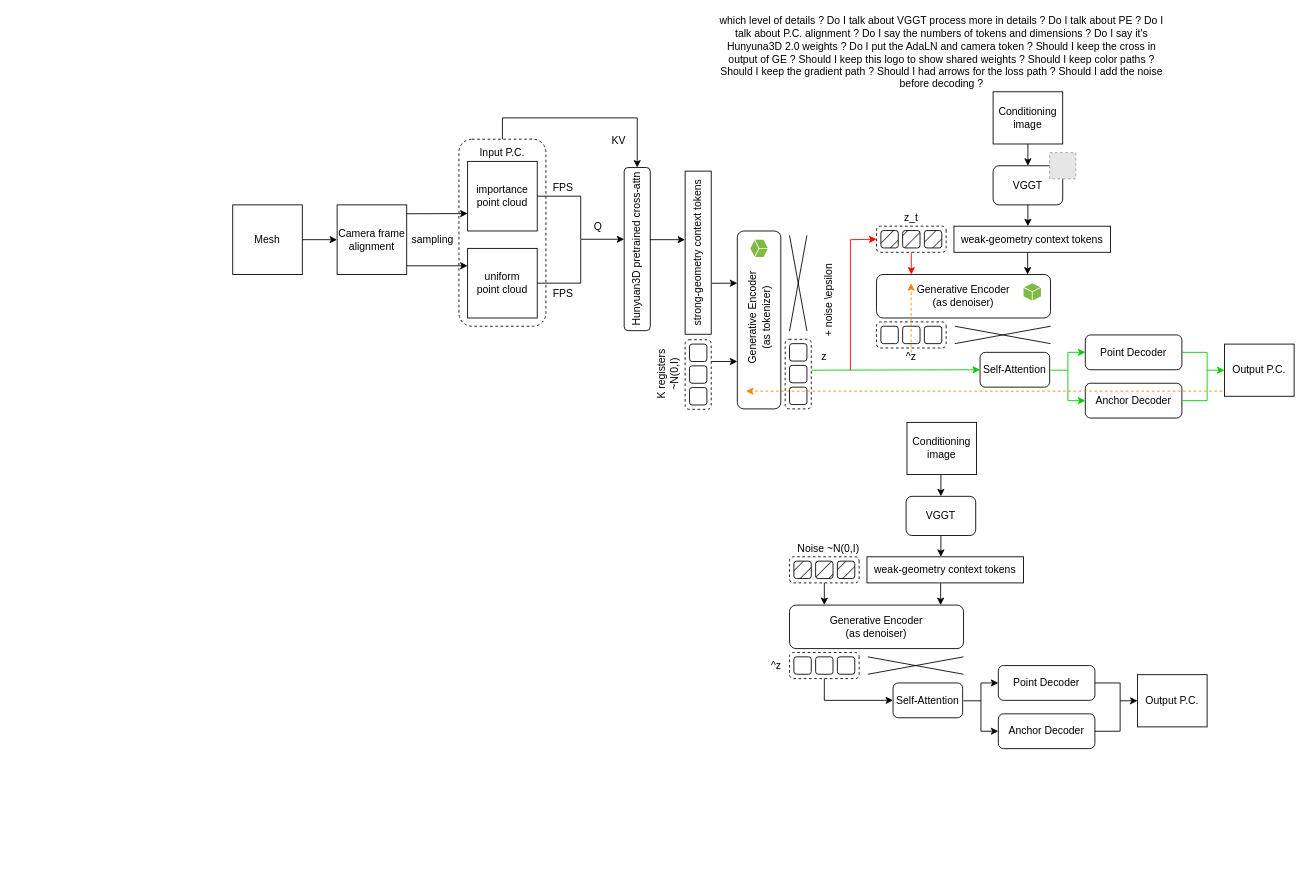
NathanRouille/HY3DGS keeps this draw.io diagram as teaser.drawio. Above is the earlier version. Source tidied: cells renumbered, new cells numbered last; positions are measured from the earlier drawing's top-left corner, leaving out a move shared by most shapes. Both pictures are drawn from the tidied source at 87%, with x=0, y=0 at pixel (232, 39). Pictures stored in the file or linked from it are replaced by grey dashed boxes.
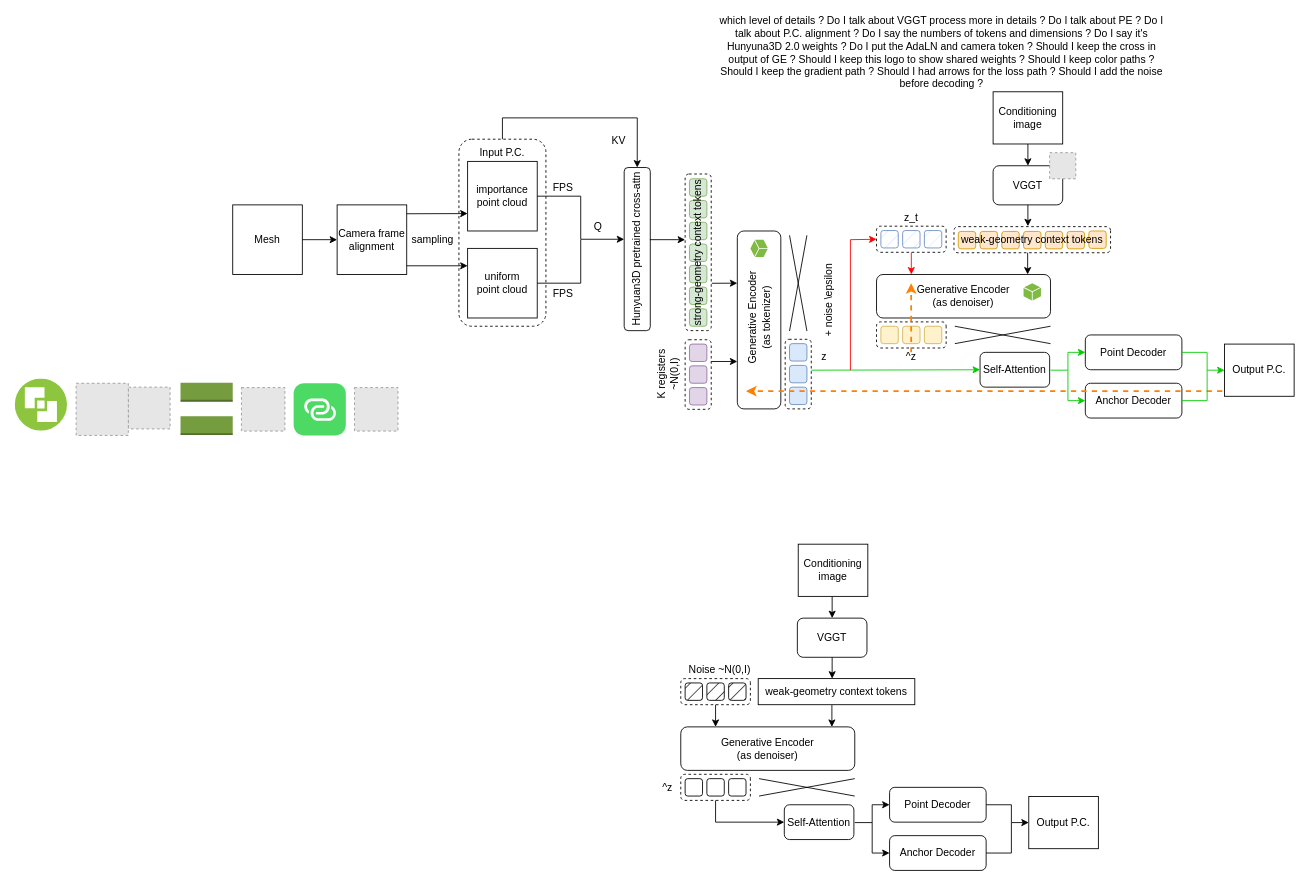
The same page after the edit.

Commit message (it also covers changes not shown here):
Mettre à jour teaser.drawio

Unchanged cells that the change refers to:
```xml
<mxCell id="64" value="Output P.C." style="rounded=0;whiteSpace=wrap;html=1;" parent="1" vertex="1">
  <mxGeometry x="1140" y="350" width="80" height="60" as="geometry" />
</mxCell>
```

Diff of the diagram source:
```diff
@@
+    <mxCell id="109" style="rounded=1;whiteSpace=wrap;html=1;dashed=1;rotation=90;" parent="1" vertex="1">
+      <mxGeometry x="904" y="140" width="30" height="180" as="geometry" />
+    </mxCell>
+    <mxCell id="110" style="rounded=1;whiteSpace=wrap;html=1;dashed=1;" parent="1" vertex="1">
+      <mxGeometry x="520" y="154.5" width="30" height="180" as="geometry" />
+    </mxCell>
+    <mxCell id="111" style="rounded=1;whiteSpace=wrap;html=1;fillStyle=auto;fillColor=#ffe6cc;strokeColor=#d79b00;" parent="1" vertex="1">
+      <mxGeometry x="834" y="220.5" width="20" height="20" as="geometry" />
+    </mxCell>
+    <mxCell id="112" style="rounded=1;whiteSpace=wrap;html=1;fillStyle=auto;fillColor=#ffe6cc;strokeColor=#d79b00;" parent="1" vertex="1">
+      <mxGeometry x="859" y="220.5" width="20" height="20" as="geometry" />
+    </mxCell>
+    <mxCell id="113" style="rounded=1;whiteSpace=wrap;html=1;fillStyle=auto;fillColor=#ffe6cc;strokeColor=#d79b00;" parent="1" vertex="1">
+      <mxGeometry x="884" y="220.5" width="20" height="20" as="geometry" />
+    </mxCell>
+    <mxCell id="114" style="rounded=1;whiteSpace=wrap;html=1;fillStyle=auto;fillColor=#ffe6cc;strokeColor=#d79b00;" parent="1" vertex="1">
+      <mxGeometry x="909" y="220.5" width="20" height="20" as="geometry" />
+    </mxCell>
+    <mxCell id="115" style="rounded=1;whiteSpace=wrap;html=1;fillStyle=auto;fillColor=#ffe6cc;strokeColor=#d79b00;" parent="1" vertex="1">
+      <mxGeometry x="934" y="220.5" width="20" height="20" as="geometry" />
+    </mxCell>
+    <mxCell id="116" style="rounded=1;whiteSpace=wrap;html=1;fillStyle=auto;fillColor=#ffe6cc;strokeColor=#d79b00;" parent="1" vertex="1">
+      <mxGeometry x="959" y="220.5" width="20" height="20" as="geometry" />
+    </mxCell>
+    <mxCell id="117" style="rounded=1;whiteSpace=wrap;html=1;fillStyle=auto;fillColor=#ffe6cc;strokeColor=#d79b00;" parent="1" vertex="1">
+      <mxGeometry x="984" y="220" width="20" height="20" as="geometry" />
+    </mxCell>
+    <mxCell id="118" style="rounded=1;whiteSpace=wrap;html=1;fillColor=#d5e8d4;strokeColor=#82b366;" parent="1" vertex="1">
+      <mxGeometry x="525" y="259.5" width="20" height="20" as="geometry" />
+    </mxCell>
+    <mxCell id="119" style="rounded=1;whiteSpace=wrap;html=1;fillColor=#d5e8d4;strokeColor=#82b366;" parent="1" vertex="1">
+      <mxGeometry x="525" y="284.5" width="20" height="20" as="geometry" />
+    </mxCell>
+    <mxCell id="120" style="rounded=1;whiteSpace=wrap;html=1;fillColor=#d5e8d4;strokeColor=#82b366;" parent="1" vertex="1">
+      <mxGeometry x="525" y="309.5" width="20" height="20" as="geometry" />
+    </mxCell>
+    <mxCell id="121" style="rounded=1;whiteSpace=wrap;html=1;fillColor=#d5e8d4;strokeColor=#82b366;" parent="1" vertex="1">
+      <mxGeometry x="525" y="185" width="20" height="20" as="geometry" />
+    </mxCell>
+    <mxCell id="122" style="rounded=1;whiteSpace=wrap;html=1;fillColor=#d5e8d4;strokeColor=#82b366;" parent="1" vertex="1">
+      <mxGeometry x="525" y="210" width="20" height="20" as="geometry" />
+    </mxCell>
+    <mxCell id="123" style="rounded=1;whiteSpace=wrap;html=1;fillColor=#d5e8d4;strokeColor=#82b366;" parent="1" vertex="1">
+      <mxGeometry x="525" y="235" width="20" height="20" as="geometry" />
+    </mxCell>
+    <mxCell id="124" style="rounded=1;whiteSpace=wrap;html=1;fillColor=#d5e8d4;strokeColor=#82b366;" parent="1" vertex="1">
+      <mxGeometry x="525" y="160" width="20" height="20" as="geometry" />
+    </mxCell>
@@
-    <mxCell id="18" style="rounded=0;whiteSpace=wrap;html=1;" parent="1" vertex="1">
-      <mxGeometry x="520" y="151.2" width="30" height="187.5" as="geometry" />
-    </mxCell>
@@
-    <mxCell id="30" style="rounded=1;whiteSpace=wrap;html=1;" parent="1" vertex="1">
+    <mxCell id="30" style="rounded=1;whiteSpace=wrap;html=1;fillColor=#e1d5e7;strokeColor=#9673a6;" parent="1" vertex="1">
       <mxGeometry x="525" y="350" width="20" height="20" as="geometry" />
     </mxCell>
-    <mxCell id="31" style="rounded=1;whiteSpace=wrap;html=1;" parent="1" vertex="1">
+    <mxCell id="31" style="rounded=1;whiteSpace=wrap;html=1;fillColor=#e1d5e7;strokeColor=#9673a6;" parent="1" vertex="1">
       <mxGeometry x="525" y="375" width="20" height="20" as="geometry" />
     </mxCell>
-    <mxCell id="32" style="rounded=1;whiteSpace=wrap;html=1;" parent="1" vertex="1">
+    <mxCell id="32" style="rounded=1;whiteSpace=wrap;html=1;fillColor=#e1d5e7;strokeColor=#9673a6;" parent="1" vertex="1">
       <mxGeometry x="525" y="400" width="20" height="20" as="geometry" />
     </mxCell>
-    <mxCell id="33" style="rounded=1;whiteSpace=wrap;html=1;" parent="1" vertex="1">
+    <mxCell id="33" style="rounded=1;whiteSpace=wrap;html=1;fillColor=#dae8fc;strokeColor=#6c8ebf;" parent="1" vertex="1">
       <mxGeometry x="640" y="349.5" width="20" height="20" as="geometry" />
     </mxCell>
-    <mxCell id="34" style="rounded=1;whiteSpace=wrap;html=1;" parent="1" vertex="1">
+    <mxCell id="34" style="rounded=1;whiteSpace=wrap;html=1;fillColor=#dae8fc;strokeColor=#6c8ebf;" parent="1" vertex="1">
       <mxGeometry x="640" y="374.5" width="20" height="20" as="geometry" />
     </mxCell>
-    <mxCell id="35" style="rounded=1;whiteSpace=wrap;html=1;" parent="1" vertex="1">
+    <mxCell id="35" style="rounded=1;whiteSpace=wrap;html=1;fillColor=#dae8fc;strokeColor=#6c8ebf;" parent="1" vertex="1">
       <mxGeometry x="640" y="399.5" width="20" height="20" as="geometry" />
     </mxCell>
@@
-    <mxCell id="37" style="rounded=1;whiteSpace=wrap;html=1;fillStyle=hatch;fillColor=#000000;" parent="1" vertex="1">
+    <mxCell id="37" style="rounded=1;whiteSpace=wrap;html=1;fillStyle=hatch;fillColor=#dae8fc;strokeColor=#6c8ebf;" parent="1" vertex="1">
       <mxGeometry x="745" y="219.5" width="20" height="20" as="geometry" />
     </mxCell>
-    <mxCell id="38" style="rounded=1;whiteSpace=wrap;html=1;fillStyle=hatch;fillColor=#000000;" parent="1" vertex="1">
+    <mxCell id="38" style="rounded=1;whiteSpace=wrap;html=1;fillStyle=hatch;fillColor=#dae8fc;strokeColor=#6c8ebf;" parent="1" vertex="1">
       <mxGeometry x="770" y="219.5" width="20" height="20" as="geometry" />
     </mxCell>
-    <mxCell id="39" style="rounded=1;whiteSpace=wrap;html=1;fillStyle=hatch;fillColor=#000000;" parent="1" vertex="1">
+    <mxCell id="39" style="rounded=1;whiteSpace=wrap;html=1;fillStyle=hatch;fillColor=#dae8fc;strokeColor=#6c8ebf;" parent="1" vertex="1">
       <mxGeometry x="795" y="219.5" width="20" height="20" as="geometry" />
     </mxCell>
@@
-    <mxCell id="46" value="weak-geometry context tokens" style="rounded=0;whiteSpace=wrap;html=1;" parent="1" vertex="1">
-      <mxGeometry x="829" y="214.5" width="180" height="30" as="geometry" />
-    </mxCell>
@@
-    <mxCell id="49" style="rounded=1;whiteSpace=wrap;html=1;fillStyle=auto;fillColor=#FFFFFF;" parent="1" vertex="1">
+    <mxCell id="49" style="rounded=1;whiteSpace=wrap;html=1;fillStyle=auto;fillColor=#fff2cc;strokeColor=#d6b656;" parent="1" vertex="1">
       <mxGeometry x="745" y="329.5" width="20" height="20" as="geometry" />
     </mxCell>
-    <mxCell id="50" style="rounded=1;whiteSpace=wrap;html=1;fillStyle=auto;fillColor=#FFFFFF;" parent="1" vertex="1">
+    <mxCell id="50" style="rounded=1;whiteSpace=wrap;html=1;fillStyle=auto;fillColor=#fff2cc;strokeColor=#d6b656;" parent="1" vertex="1">
       <mxGeometry x="770" y="329.5" width="20" height="20" as="geometry" />
     </mxCell>
-    <mxCell id="51" style="rounded=1;whiteSpace=wrap;html=1;fillStyle=auto;fillColor=#FFFFFF;" parent="1" vertex="1">
+    <mxCell id="51" style="rounded=1;whiteSpace=wrap;html=1;fillStyle=auto;fillColor=#fff2cc;strokeColor=#d6b656;" parent="1" vertex="1">
       <mxGeometry x="795" y="329.5" width="20" height="20" as="geometry" />
     </mxCell>
@@
-    <mxCell id="65" style="endArrow=classic;html=1;rounded=0;exitX=-0.032;exitY=0.902;exitDx=0;exitDy=0;exitPerimeter=0;strokeColor=#FF8000;dashed=1;" parent="1" edge="1" source="64">
+    <mxCell id="65" style="endArrow=classic;html=1;rounded=0;exitX=-0.032;exitY=0.902;exitDx=0;exitDy=0;exitPerimeter=0;strokeColor=#FF8000;dashed=1;strokeWidth=2;" parent="1" edge="1" source="64">
       <mxGeometry relative="1" as="geometry">
         <mxPoint x="590" y="404.1" as="targetPoint" />
       </mxGeometry>
     </mxCell>
-    <mxCell id="66" style="endArrow=classic;html=1;rounded=0;strokeColor=#FF8000;dashed=1;exitX=0.497;exitY=0.5;exitDx=0;exitDy=0;exitPerimeter=0;" parent="1" edge="1">
+    <mxCell id="66" style="endArrow=classic;html=1;rounded=0;strokeColor=#FF8000;dashed=1;exitX=0.497;exitY=0.5;exitDx=0;exitDy=0;exitPerimeter=0;strokeWidth=2;" parent="1" edge="1">
       <mxGeometry relative="1" as="geometry">
         <mxPoint x="779.8" y="359.5" as="sourcePoint" />
         <mxPoint x="779.8" y="280" as="targetPoint" />
       </mxGeometry>
     </mxCell>
@@
     <mxCell id="74" style="rounded=1;whiteSpace=wrap;html=1;dashed=1;rotation=90;" parent="1" vertex="1">
-      <mxGeometry x="665" y="679.5" width="30" height="80" as="geometry" />
+      <mxGeometry x="540" y="819.5" width="30" height="80" as="geometry" />
     </mxCell>
     <mxCell id="75" style="rounded=1;whiteSpace=wrap;html=1;dashed=1;rotation=90;" parent="1" vertex="1">
-      <mxGeometry x="665" y="569.5" width="30" height="80" as="geometry" />
+      <mxGeometry x="540" y="709.5" width="30" height="80" as="geometry" />
     </mxCell>
     <mxCell id="76" style="rounded=1;whiteSpace=wrap;html=1;fillStyle=hatch;fillColor=#000000;" parent="1" vertex="1">
-      <mxGeometry x="645" y="599.5" width="20" height="20" as="geometry" />
+      <mxGeometry x="520" y="739.5" width="20" height="20" as="geometry" />
     </mxCell>
     <mxCell id="77" style="rounded=1;whiteSpace=wrap;html=1;fillStyle=hatch;fillColor=#000000;" parent="1" vertex="1">
-      <mxGeometry x="670" y="599.5" width="20" height="20" as="geometry" />
+      <mxGeometry x="545" y="739.5" width="20" height="20" as="geometry" />
     </mxCell>
     <mxCell id="78" style="rounded=1;whiteSpace=wrap;html=1;fillStyle=hatch;fillColor=#000000;" parent="1" vertex="1">
-      <mxGeometry x="695" y="599.5" width="20" height="20" as="geometry" />
+      <mxGeometry x="570" y="739.5" width="20" height="20" as="geometry" />
     </mxCell>
     <mxCell id="79" style="endArrow=classic;html=1;rounded=0;exitX=1;exitY=0.5;exitDx=0;exitDy=0;strokeColor=#000000;" parent="1" edge="1" source="75">
       <mxGeometry relative="1" as="geometry">
-        <mxPoint x="680" y="650" as="targetPoint" />
+        <mxPoint x="555" y="790" as="targetPoint" />
       </mxGeometry>
     </mxCell>
     <mxCell id="80" style="endArrow=classic;html=1;rounded=0;exitX=0.5;exitY=1;exitDx=0;exitDy=0;entryX=0.5;entryY=0;entryDx=0;entryDy=0;" parent="1" edge="1" target="81">
       <mxGeometry relative="1" as="geometry">
-        <mxPoint x="814" y="500" as="sourcePoint" />
+        <mxPoint x="689" y="640" as="sourcePoint" />
       </mxGeometry>
     </mxCell>
     <mxCell id="81" value="VGGT" style="rounded=1;whiteSpace=wrap;html=1;" parent="1" vertex="1">
-      <mxGeometry x="774" y="525" width="80" height="45" as="geometry" />
+      <mxGeometry x="649" y="665" width="80" height="45" as="geometry" />
     </mxCell>
     <mxCell id="82" style="endArrow=classic;html=1;rounded=0;exitX=0.5;exitY=1;exitDx=0;exitDy=0;" parent="1" edge="1" source="81">
       <mxGeometry relative="1" as="geometry">
-        <mxPoint x="814" y="594.5" as="targetPoint" />
+        <mxPoint x="689" y="734.5" as="targetPoint" />
       </mxGeometry>
     </mxCell>
     <mxCell id="83" value="weak-geometry context tokens" style="rounded=0;whiteSpace=wrap;html=1;" parent="1" vertex="1">
-      <mxGeometry x="729" y="594.5" width="180" height="30" as="geometry" />
+      <mxGeometry x="604" y="734.5" width="180" height="30" as="geometry" />
     </mxCell>
     <mxCell id="84" style="endArrow=classic;html=1;rounded=0;exitX=1;exitY=0.5;exitDx=0;exitDy=0;" parent="1" edge="1">
       <mxGeometry relative="1" as="geometry">
-        <mxPoint x="813.7" y="625" as="sourcePoint" />
-        <mxPoint x="813.7" y="650" as="targetPoint" />
+        <mxPoint x="688.7" y="765" as="sourcePoint" />
+        <mxPoint x="688.7" y="790" as="targetPoint" />
       </mxGeometry>
     </mxCell>
     <mxCell id="85" style="rounded=1;whiteSpace=wrap;html=1;rotation=90;" parent="1" vertex="1">
-      <mxGeometry x="715" y="575" width="50" height="200" as="geometry" />
+      <mxGeometry x="590" y="715" width="50" height="200" as="geometry" />
     </mxCell>
     <mxCell id="86" style="rounded=1;whiteSpace=wrap;html=1;fillStyle=auto;fillColor=#FFFFFF;" parent="1" vertex="1">
-      <mxGeometry x="645" y="709.5" width="20" height="20" as="geometry" />
+      <mxGeometry x="520" y="849.5" width="20" height="20" as="geometry" />
     </mxCell>
     <mxCell id="87" style="rounded=1;whiteSpace=wrap;html=1;fillStyle=auto;fillColor=#FFFFFF;" parent="1" vertex="1">
-      <mxGeometry x="670" y="709.5" width="20" height="20" as="geometry" />
+      <mxGeometry x="545" y="849.5" width="20" height="20" as="geometry" />
     </mxCell>
     <mxCell id="88" style="rounded=1;whiteSpace=wrap;html=1;fillStyle=auto;fillColor=#FFFFFF;" parent="1" vertex="1">
-      <mxGeometry x="695" y="709.5" width="20" height="20" as="geometry" />
+      <mxGeometry x="570" y="849.5" width="20" height="20" as="geometry" />
     </mxCell>
     <mxCell id="89" value="Generative Encoder&lt;div&gt;(as denoiser)&lt;/div&gt;" style="text;html=1;whiteSpace=wrap;strokeColor=none;fillColor=none;align=center;verticalAlign=middle;rounded=0;rotation=0;" parent="1" vertex="1">
-      <mxGeometry x="660" y="660" width="160" height="30" as="geometry" />
+      <mxGeometry x="535" y="800" width="160" height="30" as="geometry" />
     </mxCell>
     <mxCell id="90" style="endArrow=none;html=1;rounded=0;" parent="1" edge="1">
       <mxGeometry relative="1" as="geometry">
-        <mxPoint x="840" y="729.5" as="sourcePoint" />
-        <mxPoint x="730" y="709.5" as="targetPoint" />
+        <mxPoint x="715" y="869.5" as="sourcePoint" />
+        <mxPoint x="605" y="849.5" as="targetPoint" />
       </mxGeometry>
     </mxCell>
     <mxCell id="91" style="endArrow=none;html=1;rounded=0;" parent="1" edge="1">
       <mxGeometry relative="1" as="geometry">
-        <mxPoint x="840" y="709.5" as="sourcePoint" />
-        <mxPoint x="730" y="729.5" as="targetPoint" />
+        <mxPoint x="715" y="849.5" as="sourcePoint" />
+        <mxPoint x="605" y="869.5" as="targetPoint" />
       </mxGeometry>
     </mxCell>
     <mxCell id="92" value="^z" style="text;html=1;whiteSpace=wrap;strokeColor=none;fillColor=none;align=center;verticalAlign=middle;rounded=0;" parent="1" vertex="1">
-      <mxGeometry x="595" y="704.5" width="60" height="30" as="geometry" />
+      <mxGeometry x="470" y="844.5" width="60" height="30" as="geometry" />
     </mxCell>
     <mxCell id="93" value="Noise ~N(0,I)" style="text;html=1;whiteSpace=wrap;strokeColor=none;fillColor=none;align=center;verticalAlign=middle;rounded=0;" parent="1" vertex="1">
-      <mxGeometry x="645" y="569.5" width="80" height="30" as="geometry" />
+      <mxGeometry x="520" y="709.5" width="80" height="30" as="geometry" />
     </mxCell>
     <mxCell id="94" value="Self-Attention" style="rounded=1;whiteSpace=wrap;html=1;" parent="1" vertex="1">
-      <mxGeometry x="759" y="739.5" width="80" height="40" as="geometry" />
+      <mxGeometry x="634" y="879.5" width="80" height="40" as="geometry" />
     </mxCell>
     <mxCell id="95" value="Point Decoder" style="whiteSpace=wrap;html=1;rounded=1;" parent="1" vertex="1">
-      <mxGeometry x="880" y="719.5" width="111" height="40" as="geometry" />
+      <mxGeometry x="755" y="859.5" width="111" height="40" as="geometry" />
     </mxCell>
     <mxCell id="96" value="Anchor Decoder" style="whiteSpace=wrap;html=1;rounded=1;" parent="1" vertex="1">
-      <mxGeometry x="880" y="775" width="111" height="40" as="geometry" />
+      <mxGeometry x="755" y="915" width="111" height="40" as="geometry" />
     </mxCell>
     <mxCell id="97" style="endArrow=classic;html=1;rounded=0;entryX=0;entryY=0.5;entryDx=0;entryDy=0;strokeColor=#000000;" parent="1" edge="1" target="96">
       <mxGeometry relative="1" as="geometry">
-        <mxPoint x="860" y="760" as="sourcePoint" />
+        <mxPoint x="735" y="900" as="sourcePoint" />
         <Array as="points">
-          <mxPoint x="860" y="795" />
+          <mxPoint x="735" y="935" />
         </Array>
       </mxGeometry>
     </mxCell>
     <mxCell id="98" style="endArrow=classic;html=1;rounded=0;exitX=1;exitY=0.5;exitDx=0;exitDy=0;strokeColor=#000000;entryX=0;entryY=0.5;entryDx=0;entryDy=0;" parent="1" edge="1" source="95" target="99">
       <mxGeometry relative="1" as="geometry">
         <Array as="points">
-          <mxPoint x="1020" y="739.5" />
-          <mxPoint x="1020" y="760" />
+          <mxPoint x="895" y="879.5" />
+          <mxPoint x="895" y="900" />
         </Array>
       </mxGeometry>
     </mxCell>
     <mxCell id="99" value="Output P.C." style="rounded=0;whiteSpace=wrap;html=1;" parent="1" vertex="1">
-      <mxGeometry x="1040" y="730" width="80" height="60" as="geometry" />
+      <mxGeometry x="915" y="870" width="80" height="60" as="geometry" />
     </mxCell>
     <mxCell id="100" style="endArrow=classic;html=1;rounded=0;entryX=0;entryY=0.5;entryDx=0;entryDy=0;strokeColor=#000000;" parent="1" edge="1" target="95">
       <mxGeometry relative="1" as="geometry">
-        <mxPoint x="840" y="760" as="sourcePoint" />
+        <mxPoint x="715" y="900" as="sourcePoint" />
         <Array as="points">
-          <mxPoint x="860" y="760" />
-          <mxPoint x="860" y="739.5" />
+          <mxPoint x="735" y="900" />
+          <mxPoint x="735" y="879.5" />
         </Array>
       </mxGeometry>
     </mxCell>
     <mxCell id="101" style="endArrow=none;html=1;rounded=0;exitX=1;exitY=0.5;exitDx=0;exitDy=0;strokeColor=#000000;" parent="1" edge="1" source="96">
       <mxGeometry relative="1" as="geometry">
-        <mxPoint x="1020" y="760" as="targetPoint" />
+        <mxPoint x="895" y="900" as="targetPoint" />
         <Array as="points">
-          <mxPoint x="1020" y="795" />
+          <mxPoint x="895" y="935" />
         </Array>
       </mxGeometry>
     </mxCell>
     <mxCell id="102" style="endArrow=classic;html=1;rounded=0;exitX=1;exitY=0.5;exitDx=0;exitDy=0;entryX=0;entryY=0.5;entryDx=0;entryDy=0;" parent="1" edge="1" source="74" target="94">
       <mxGeometry relative="1" as="geometry">
         <Array as="points">
-          <mxPoint x="680" y="759.5" />
+          <mxPoint x="555" y="899.5" />
         </Array>
       </mxGeometry>
     </mxCell>
     <mxCell id="103" value="Conditioning&lt;div&gt;image&lt;/div&gt;" style="rounded=0;whiteSpace=wrap;html=1;" parent="1" vertex="1">
-      <mxGeometry x="775" y="440" width="80" height="60" as="geometry" />
+      <mxGeometry x="650" y="580" width="80" height="60" as="geometry" />
     </mxCell>
@@
+    <mxCell id="125" style="fillColor=#E6E6E6;strokeColor=#999999;dashed=1;html=1;verticalAlign=top;verticalLabelPosition=bottom;labelBackgroundColor=#ffffff;" parent="1" vertex="1">
+      <mxGeometry x="10" y="400" width="50" height="50" as="geometry" />
+    </mxCell>
+    <mxCell id="126" style="dashed=0;verticalLabelPosition=bottom;verticalAlign=top;align=center;html=1;shape=mxgraph.aws3.layers;fillColor=#759C3E;gradientColor=none;" parent="1" vertex="1">
+      <mxGeometry x="-60" y="394.5" width="60" height="60" as="geometry" />
+    </mxCell>
+    <mxCell id="127" style="fillColor=#E6E6E6;strokeColor=#999999;dashed=1;html=1;verticalAlign=top;verticalLabelPosition=bottom;labelBackgroundColor=#ffffff;" parent="1" vertex="1">
+      <mxGeometry x="-120" y="399.5" width="48" height="48" as="geometry" />
+    </mxCell>
+    <mxCell id="128" style="fillColor=#E6E6E6;strokeColor=#999999;dashed=1;html=1;verticalAlign=top;verticalLabelPosition=bottom;labelBackgroundColor=#ffffff;" parent="1" vertex="1">
+      <mxGeometry x="-180" y="395" width="60" height="60" as="geometry" />
+    </mxCell>
+    <mxCell id="129" style="html=1;strokeWidth=1;shadow=0;dashed=0;shape=mxgraph.ios7.misc.link;fillColor=#4CDA64;strokeColor=none;buttonText=;strokeColor2=#222222;fontColor=#222222;fontSize=8;verticalLabelPosition=bottom;verticalAlign=top;align=center;sketch=0;" parent="1" vertex="1">
+      <mxGeometry x="70" y="395" width="60" height="60" as="geometry" />
+    </mxCell>
+    <mxCell id="130" style="image;perimeter=ellipsePerimeter;html=1;align=center;shadow=0;dashed=0;fontColor=#4277BB;labelBackgroundColor=default;fontSize=12;spacingTop=3;image=img/lib/ibm/vpc/DirectLink.svg;" parent="1" vertex="1">
+      <mxGeometry x="-250" y="390" width="60" height="60" as="geometry" />
+    </mxCell>
+    <mxCell id="131" style="fillColor=#E6E6E6;strokeColor=#999999;dashed=1;verticalLabelPosition=bottom;labelBackgroundColor=default;verticalAlign=top;" parent="1" vertex="1">
+      <mxGeometry x="140" y="400" width="50" height="50" as="geometry" />
+    </mxCell>
+    <mxCell id="46" value="weak-geometry context tokens" style="text;html=1;whiteSpace=wrap;strokeColor=none;fillColor=none;align=center;verticalAlign=middle;rounded=0;" parent="1" vertex="1">
+      <mxGeometry x="814" y="215" width="210" height="30" as="geometry" />
+    </mxCell>
```
